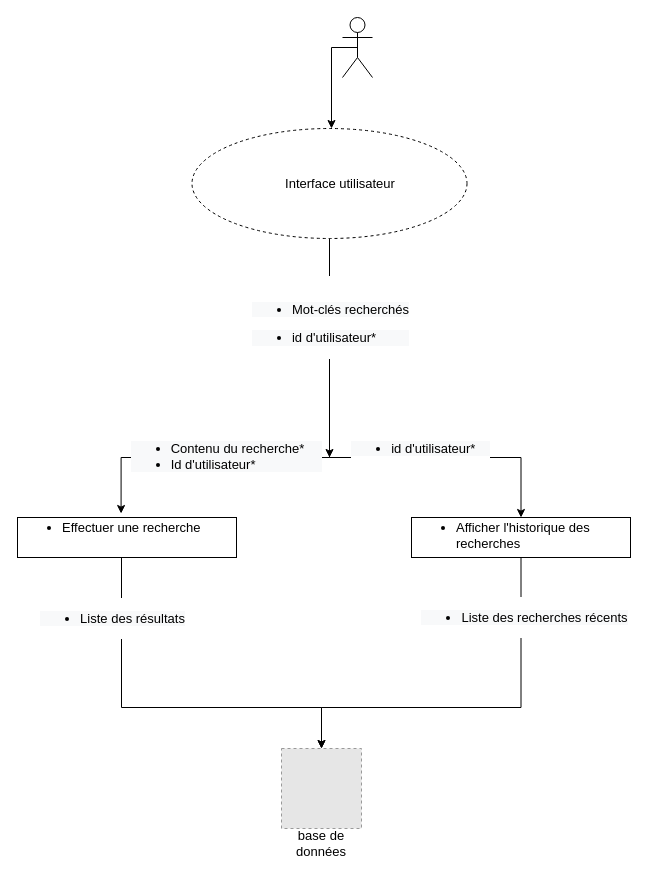
Before: page "L3-Search-service" (3 of 7) of albc.drawio in abdoelhafi/component-based-architecture-project, a draw.io diagram. Source tidied: cells renumbered, new cells numbered last; positions are measured from the earlier drawing's top-left corner, leaving out a move shared by most shapes. Both pictures are drawn from the tidied source at 100%, with x=0, y=0 at pixel (17, 17). Pictures stored in the file or linked from it are replaced by grey dashed boxes.
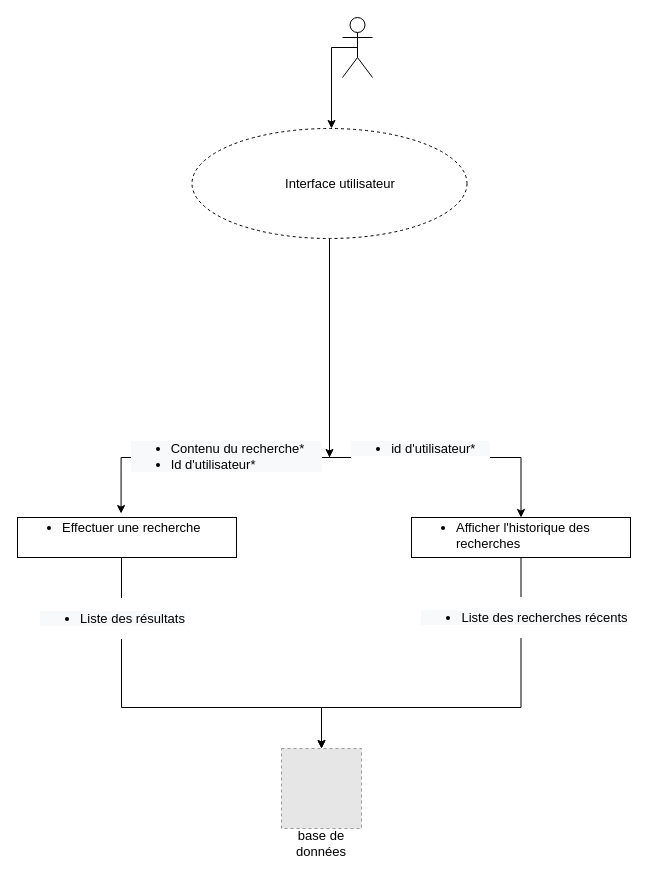
The same diagram, later.

Unchanged cells that the change refers to:
```xml
<mxCell id="7" style="edgeStyle=orthogonalEdgeStyle;rounded=0;jettySize=auto;html=1;exitX=0.5;exitY=1;exitDx=0;exitDy=0;fontSize=13;entryX=0.5;entryY=0;entryDx=0;entryDy=0;" parent="1" edge="1" source="10" target="18">
  <mxGeometry relative="1" as="geometry">
    <Array as="points">
      <mxPoint x="312" y="440" />
      <mxPoint x="504" y="440" />
      <mxPoint x="504" y="500" />
    </Array>
  </mxGeometry>
</mxCell>
```

Diff of the diagram source:
```diff
@@
-    <mxCell id="8" value="&lt;br&gt;&lt;ul style=&quot;font-size: 12px ; text-align: left ; background-color: rgb(248 , 249 , 250)&quot;&gt;&lt;li style=&quot;font-size: 13px&quot;&gt;Mot-clés recherchés&lt;br&gt;&lt;/li&gt;&lt;/ul&gt;&lt;div style=&quot;font-size: 12px ; text-align: left ; background-color: rgb(248 , 249 , 250)&quot;&gt;&lt;ul style=&quot;font-size: 13px&quot;&gt;&lt;li&gt;id d'utilisateur*&lt;/li&gt;&lt;/ul&gt;&lt;/div&gt;" style="edgeLabel;html=1;align=center;verticalAlign=middle;" parent="7" vertex="1">
-      <mxGeometry x="-0.67" relative="1" as="geometry" />
-    </mxCell>
```
